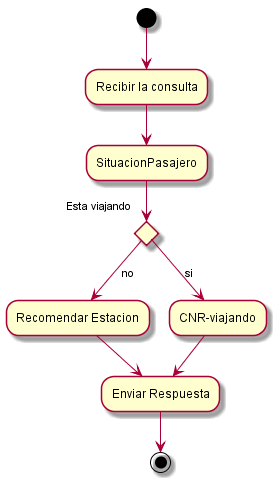
nickzaro/TPBelgranoNorte keeps this PlantUML diagram as out/diagramas/DiagramaActividades1/DiagramaActividades1.png. Above is the earlier version.
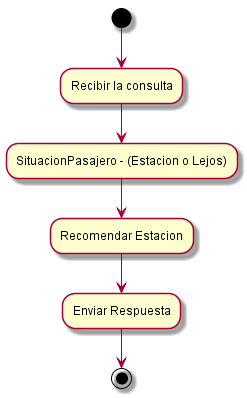
Above is the later version.

The edit, as a diff of the source:
```diff
@@ -1,14 +1,11 @@
 @startuml
 
 
-   (*)--> "Recibir la consulta"
-   --> "SituacionPasajero"
-if "Esta viajando" then
---> [no] "Recomendar Estacion"
--->"Enviar Respuesta"
-else
--->[si] CNR-viajando
-endif
-   --> "Enviar Respuesta"
-   -->(*)
- @enduml
+(*)--> "Recibir la consulta"
+--> "SituacionPasajero - (Estacion o Lejos)"
+
+--> "Recomendar Estacion"
+
+--> "Enviar Respuesta"
+-->(*)
+@enduml
```
